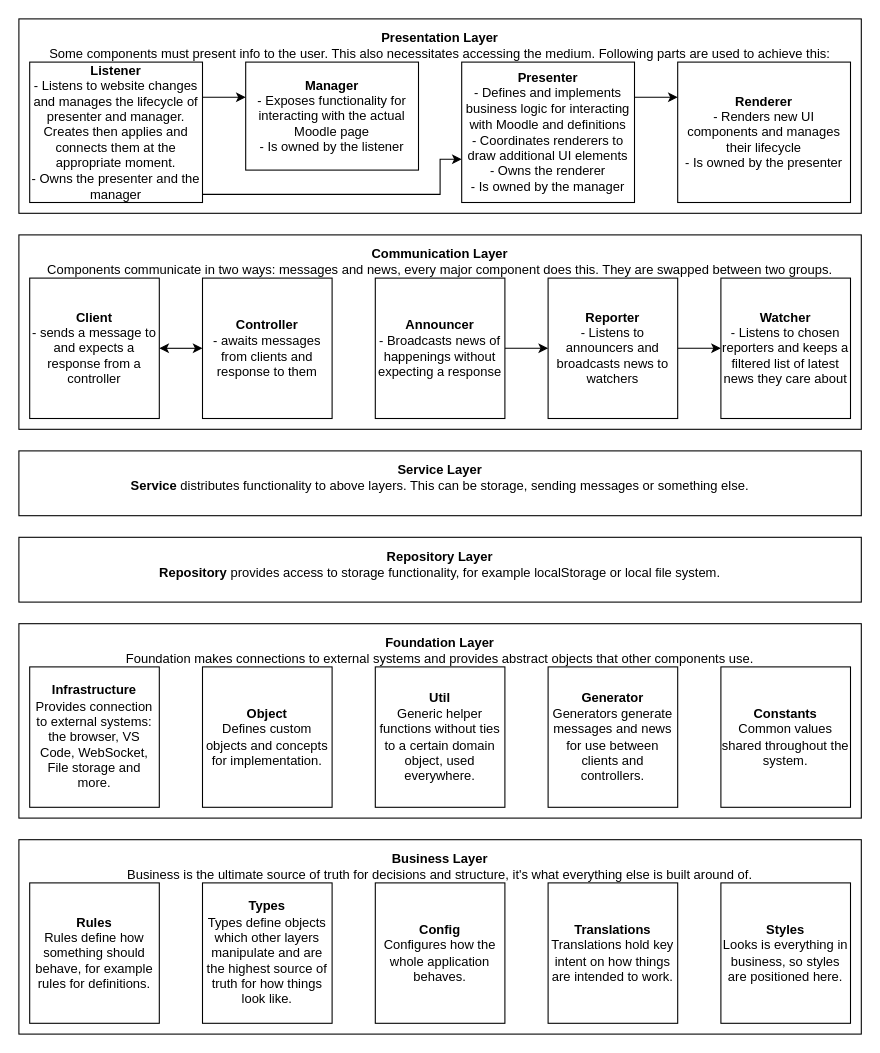
Above: docs/diagrams/layers.drawio in leoste/moodle-assignment-checking-helper (draw.io), before the change. Source tidied: cells renumbered, new cells numbered last; positions are measured from the earlier drawing's top-left corner, leaving out a move shared by most shapes. Both pictures are drawn from the tidied source at 108%, with x=0, y=0 at pixel (18, 18).
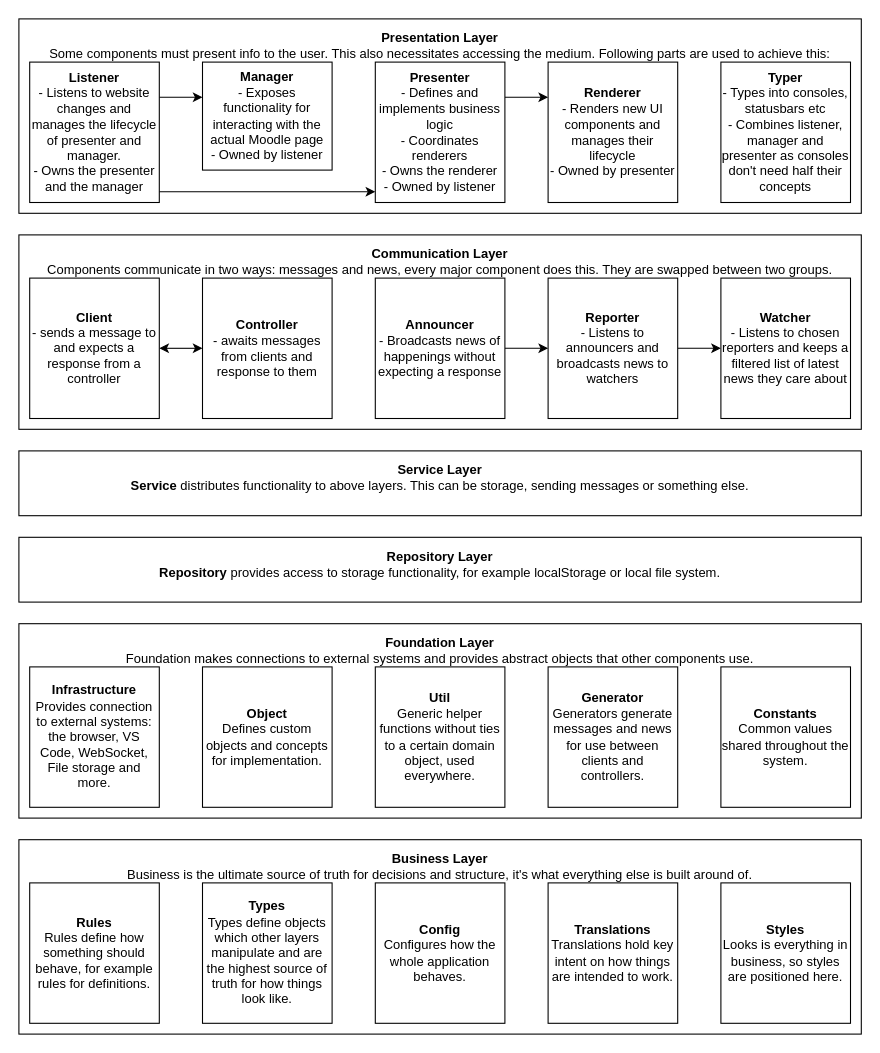
The same diagram, later.

Change to the diagram source:
```diff
@@
-    <mxCell id="15" style="edgeStyle=orthogonalEdgeStyle;rounded=0;orthogonalLoop=1;jettySize=auto;html=1;exitX=1;exitY=0.75;exitDx=0;exitDy=0;defaultLabelBackgroundColor=page;labelPadding=0 4;" parent="1" edge="1">
-      <mxGeometry relative="1" as="geometry">
-        <mxPoint x="170" y="162.5" as="sourcePoint" />
-        <mxPoint x="410" y="130" as="targetPoint" />
-        <Array as="points">
-          <mxPoint x="390" y="162.5" />
-          <mxPoint x="390" y="130" />
-        </Array>
-      </mxGeometry>
-    </mxCell>
+    <mxCell id="39" style="edgeStyle=orthogonalEdgeStyle;rounded=0;orthogonalLoop=1;jettySize=auto;html=1;exitX=1;exitY=0.75;exitDx=0;exitDy=0;entryX=0;entryY=0.75;entryDx=0;entryDy=0;defaultLabelBackgroundColor=page;labelPadding=0 4;" parent="1" edge="1">
+      <mxGeometry relative="1" as="geometry">
+        <mxPoint x="130" y="160" as="sourcePoint" />
+        <mxPoint x="330" y="160" as="targetPoint" />
+      </mxGeometry>
+    </mxCell>
-    <mxCell id="16" value="&lt;div&gt;&lt;b&gt;Listener&lt;/b&gt;&lt;/div&gt;&lt;div&gt;- Listens to website changes and manages the lifecycle of presenter and manager. Creates then applies and connects them at the appropriate moment.&lt;/div&gt;&lt;div&gt;- Owns the presenter and the manager&lt;/div&gt;" style="rounded=0;whiteSpace=wrap;html=1;" parent="1" vertex="1">
-      <mxGeometry x="10" y="40" width="160" height="130" as="geometry" />
+    <mxCell id="16" value="&lt;div&gt;&lt;b&gt;Listener&lt;/b&gt;&lt;/div&gt;&lt;div&gt;- Listens to website changes and manages the lifecycle of presenter and manager.&lt;/div&gt;&lt;div&gt;- Owns the presenter and the manager&lt;/div&gt;" style="rounded=0;whiteSpace=wrap;html=1;" parent="1" vertex="1">
+      <mxGeometry x="10" y="40" width="120" height="130" as="geometry" />
     </mxCell>
-    <mxCell id="17" value="&lt;div&gt;&lt;b&gt;Manager&lt;/b&gt;&lt;/div&gt;&lt;div&gt;- Exposes functionality for interacting with the actual Moodle page&lt;/div&gt;&lt;div&gt;- Is owned by the listener&lt;/div&gt;" style="rounded=0;whiteSpace=wrap;html=1;" parent="1" vertex="1">
-      <mxGeometry x="210" y="40" width="160" height="100" as="geometry" />
+    <mxCell id="17" value="&lt;div&gt;&lt;b&gt;Manager&lt;/b&gt;&lt;/div&gt;&lt;div&gt;- Exposes functionality for interacting with the actual Moodle page&lt;/div&gt;&lt;div&gt;- Owned by listener&lt;/div&gt;" style="rounded=0;whiteSpace=wrap;html=1;" parent="1" vertex="1">
+      <mxGeometry x="170" y="40" width="120" height="100" as="geometry" />
     </mxCell>
@@
-    <mxCell id="19" value="&lt;div&gt;&lt;b&gt;Presenter&lt;/b&gt;&lt;/div&gt;&lt;div&gt;- Defines and implements business logic for interacting with Moodle and definitions&lt;/div&gt;&lt;div&gt;- Coordinates renderers to draw additional UI elements&lt;/div&gt;&lt;div&gt;- Owns the renderer&lt;/div&gt;&lt;div&gt;- Is owned by the manager&lt;/div&gt;" style="rounded=0;whiteSpace=wrap;html=1;" parent="1" vertex="1">
-      <mxGeometry x="410" y="40" width="160" height="130" as="geometry" />
+    <mxCell id="19" value="&lt;div&gt;&lt;b&gt;Presenter&lt;/b&gt;&lt;/div&gt;&lt;div&gt;- Defines and implements business logic&lt;/div&gt;&lt;div&gt;- Coordinates renderers&lt;/div&gt;&lt;div&gt;- Owns the renderer&lt;/div&gt;&lt;div&gt;- Owned by listener&lt;/div&gt;" style="rounded=0;whiteSpace=wrap;html=1;" parent="1" vertex="1">
+      <mxGeometry x="330" y="40" width="120" height="130" as="geometry" />
     </mxCell>
-    <mxCell id="20" value="&lt;div&gt;&lt;b&gt;Renderer&lt;/b&gt;&lt;/div&gt;&lt;div&gt;- Renders new UI components and manages their lifecycle&lt;/div&gt;&lt;div&gt;- Is owned by the presenter&lt;/div&gt;" style="rounded=0;whiteSpace=wrap;html=1;" parent="1" vertex="1">
-      <mxGeometry x="610" y="40" width="160" height="130" as="geometry" />
+    <mxCell id="20" value="&lt;div&gt;&lt;b&gt;Renderer&lt;/b&gt;&lt;/div&gt;&lt;div&gt;- Renders new UI components and manages their lifecycle&lt;/div&gt;&lt;div&gt;- Owned by presenter&lt;/div&gt;" style="rounded=0;whiteSpace=wrap;html=1;" parent="1" vertex="1">
+      <mxGeometry x="490" y="40" width="120" height="130" as="geometry" />
     </mxCell>
@@
+    <mxCell id="40" value="&lt;div&gt;&lt;b&gt;Typer&lt;/b&gt;&lt;/div&gt;&lt;div&gt;- Types into consoles, statusbars etc&lt;/div&gt;&lt;div&gt;- Combines listener, manager and presenter as consoles don't need half their concepts&lt;/div&gt;" style="rounded=0;whiteSpace=wrap;html=1;" parent="1" vertex="1">
+      <mxGeometry x="650" y="40" width="120" height="130" as="geometry" />
+    </mxCell>
```
